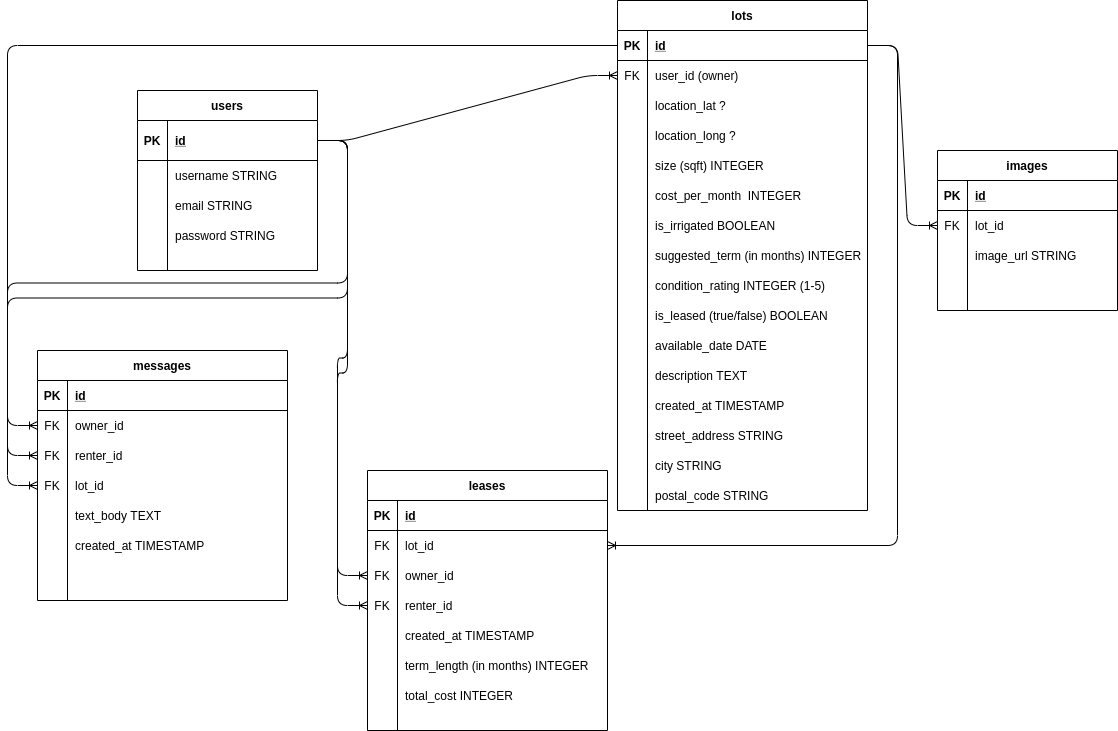
Before: docs/final-erb.png, a diagram exported from draw.io (jyxgao/regeneroot). Source tidied: cells renumbered, new cells last; positions are measured from the earlier drawing's top-left corner, leaving out a move shared by most shapes.
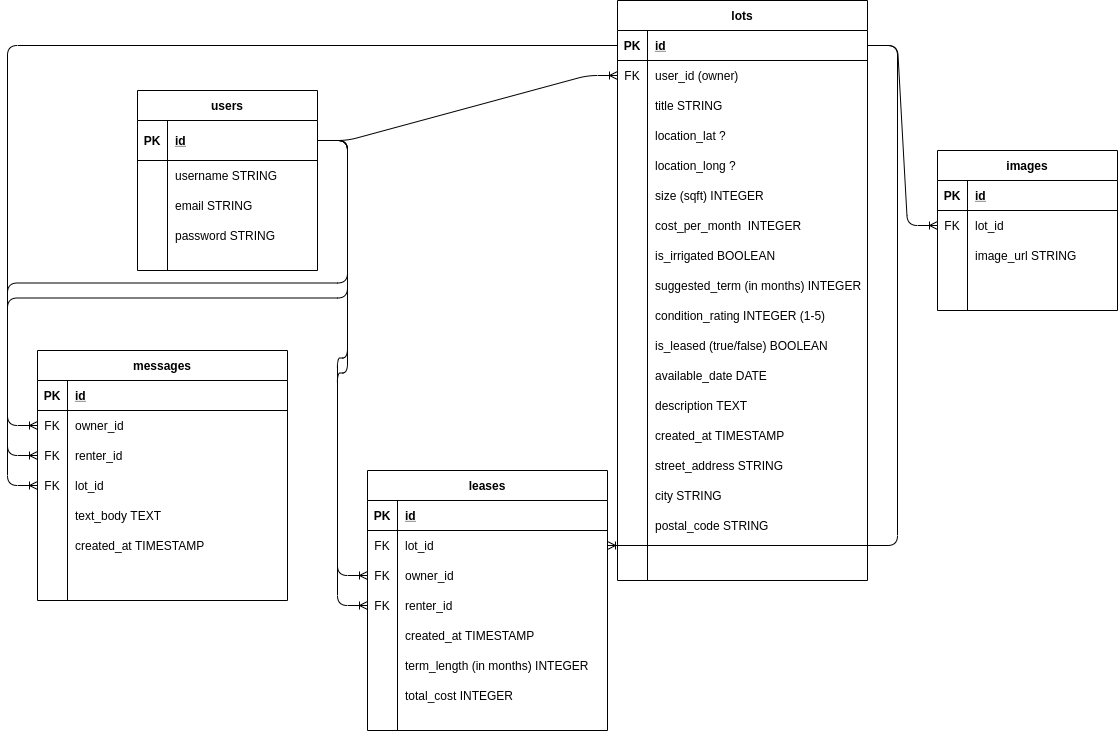
The same file after the commit.

Change to the diagram source:
```diff
@@ -18,7 +18,7 @@
       <mxGeometry relative="1" as="geometry" />
     </mxCell>
     <mxCell id="7" value="lots" style="shape=table;startSize=30;rowLines=0;fontStyle=1;align=center;" parent="1" vertex="1">
-      <mxGeometry x="580" width="250" height="510" as="geometry" />
+      <mxGeometry x="580" width="250" height="580" as="geometry" />
     </mxCell>
     <mxCell id="8" style="shape=partialRectangle;fillColor=none;points=[[0,0.5],[1,0.5]];portConstraint=eastwest;top=0;left=0;right=0;bottom=1;" parent="7" vertex="1">
       <mxGeometry y="30" width="250" height="30" as="geometry" />
@@ -38,8 +38,17 @@
     <mxCell id="13" value="user_id (owner)" style="shape=partialRectangle;overflow=hidden;fillColor=none;top=0;left=0;bottom=0;right=0;align=left;spacingLeft=6;" parent="11" vertex="1">
       <mxGeometry x="30" width="220" height="30" as="geometry" />
     </mxCell>
+    <mxCell id="129" style="shape=partialRectangle;fillColor=none;top=0;left=0;right=0;bottom=0;" parent="7" vertex="1">
+      <mxGeometry y="90" width="250" height="30" as="geometry" />
+    </mxCell>
+    <mxCell id="130" style="shape=partialRectangle;overflow=hidden;fillColor=none;top=0;left=0;bottom=0;right=0;" parent="129" vertex="1">
+      <mxGeometry width="30" height="30" as="geometry" />
+    </mxCell>
+    <mxCell id="131" value="title STRING" style="shape=partialRectangle;overflow=hidden;fillColor=none;top=0;left=0;bottom=0;right=0;align=left;spacingLeft=6;" parent="129" vertex="1">
+      <mxGeometry x="30" width="220" height="30" as="geometry" />
+    </mxCell>
     <mxCell id="14" style="shape=partialRectangle;fillColor=none;top=0;left=0;right=0;bottom=0;" parent="7" vertex="1">
-      <mxGeometry y="90" width="250" height="30" as="geometry" />
+      <mxGeometry y="120" width="250" height="30" as="geometry" />
     </mxCell>
     <mxCell id="15" style="shape=partialRectangle;overflow=hidden;fillColor=none;top=0;left=0;bottom=0;right=0;" parent="14" vertex="1">
       <mxGeometry width="30" height="30" as="geometry" />
@@ -48,7 +57,7 @@
       <mxGeometry x="30" width="220" height="30" as="geometry" />
     </mxCell>
     <mxCell id="17" style="shape=partialRectangle;fillColor=none;top=0;left=0;right=0;bottom=0;" parent="7" vertex="1">
-      <mxGeometry y="120" width="250" height="30" as="geometry" />
+      <mxGeometry y="150" width="250" height="30" as="geometry" />
     </mxCell>
     <mxCell id="18" style="shape=partialRectangle;overflow=hidden;fillColor=none;top=0;left=0;bottom=0;right=0;" parent="17" vertex="1">
       <mxGeometry width="30" height="30" as="geometry" />
@@ -57,7 +66,7 @@
       <mxGeometry x="30" width="220" height="30" as="geometry" />
     </mxCell>
     <mxCell id="20" style="shape=partialRectangle;fillColor=none;top=0;left=0;right=0;bottom=0;" parent="7" vertex="1">
-      <mxGeometry y="150" width="250" height="30" as="geometry" />
+      <mxGeometry y="180" width="250" height="30" as="geometry" />
     </mxCell>
     <mxCell id="21" style="shape=partialRectangle;overflow=hidden;fillColor=none;top=0;left=0;bottom=0;right=0;" parent="20" vertex="1">
       <mxGeometry width="30" height="30" as="geometry" />
@@ -66,7 +75,7 @@
       <mxGeometry x="30" width="220" height="30" as="geometry" />
     </mxCell>
     <mxCell id="23" style="shape=partialRectangle;fillColor=none;top=0;left=0;right=0;bottom=0;" parent="7" vertex="1">
-      <mxGeometry y="180" width="250" height="30" as="geometry" />
+      <mxGeometry y="210" width="250" height="30" as="geometry" />
     </mxCell>
     <mxCell id="24" style="shape=partialRectangle;overflow=hidden;fillColor=none;top=0;left=0;bottom=0;right=0;" parent="23" vertex="1">
       <mxGeometry width="30" height="30" as="geometry" />
@@ -75,7 +84,7 @@
       <mxGeometry x="30" width="220" height="30" as="geometry" />
     </mxCell>
     <mxCell id="26" style="shape=partialRectangle;fillColor=none;top=0;left=0;right=0;bottom=0;" parent="7" vertex="1">
-      <mxGeometry y="210" width="250" height="30" as="geometry" />
+      <mxGeometry y="240" width="250" height="30" as="geometry" />
     </mxCell>
     <mxCell id="27" style="shape=partialRectangle;overflow=hidden;fillColor=none;top=0;left=0;bottom=0;right=0;" parent="26" vertex="1">
       <mxGeometry width="30" height="30" as="geometry" />
@@ -84,7 +93,7 @@
       <mxGeometry x="30" width="220" height="30" as="geometry" />
     </mxCell>
     <mxCell id="29" style="shape=partialRectangle;fillColor=none;top=0;left=0;right=0;bottom=0;" parent="7" vertex="1">
-      <mxGeometry y="240" width="250" height="30" as="geometry" />
+      <mxGeometry y="270" width="250" height="30" as="geometry" />
     </mxCell>
     <mxCell id="30" style="shape=partialRectangle;overflow=hidden;fillColor=none;top=0;left=0;bottom=0;right=0;" parent="29" vertex="1">
       <mxGeometry width="30" height="30" as="geometry" />
@@ -93,7 +102,7 @@
       <mxGeometry x="30" width="220" height="30" as="geometry" />
     </mxCell>
     <mxCell id="32" style="shape=partialRectangle;fillColor=none;top=0;left=0;right=0;bottom=0;" parent="7" vertex="1">
-      <mxGeometry y="270" width="250" height="30" as="geometry" />
+      <mxGeometry y="300" width="250" height="30" as="geometry" />
     </mxCell>
     <mxCell id="33" style="shape=partialRectangle;overflow=hidden;fillColor=none;top=0;left=0;bottom=0;right=0;" parent="32" vertex="1">
       <mxGeometry width="30" height="30" as="geometry" />
@@ -102,7 +111,7 @@
       <mxGeometry x="30" width="220" height="30" as="geometry" />
     </mxCell>
     <mxCell id="35" style="shape=partialRectangle;fillColor=none;top=0;left=0;right=0;bottom=0;" parent="7" vertex="1">
-      <mxGeometry y="300" width="250" height="30" as="geometry" />
+      <mxGeometry y="330" width="250" height="30" as="geometry" />
     </mxCell>
     <mxCell id="36" style="shape=partialRectangle;overflow=hidden;fillColor=none;top=0;left=0;bottom=0;right=0;" parent="35" vertex="1">
       <mxGeometry width="30" height="30" as="geometry" />
@@ -111,7 +120,7 @@
       <mxGeometry x="30" width="220" height="30" as="geometry" />
     </mxCell>
     <mxCell id="38" style="shape=partialRectangle;fillColor=none;top=0;left=0;right=0;bottom=0;" parent="7" vertex="1">
-      <mxGeometry y="330" width="250" height="30" as="geometry" />
+      <mxGeometry y="360" width="250" height="30" as="geometry" />
     </mxCell>
     <mxCell id="39" style="shape=partialRectangle;overflow=hidden;fillColor=none;top=0;left=0;bottom=0;right=0;" parent="38" vertex="1">
       <mxGeometry width="30" height="30" as="geometry" />
@@ -120,7 +129,7 @@
       <mxGeometry x="30" width="220" height="30" as="geometry" />
     </mxCell>
     <mxCell id="41" style="shape=partialRectangle;fillColor=none;top=0;left=0;right=0;bottom=0;" parent="7" vertex="1">
-      <mxGeometry y="360" width="250" height="30" as="geometry" />
+      <mxGeometry y="390" width="250" height="30" as="geometry" />
     </mxCell>
     <mxCell id="42" style="shape=partialRectangle;overflow=hidden;fillColor=none;top=0;left=0;bottom=0;right=0;" parent="41" vertex="1">
       <mxGeometry width="30" height="30" as="geometry" />
@@ -129,7 +138,7 @@
       <mxGeometry x="30" width="220" height="30" as="geometry" />
     </mxCell>
     <mxCell id="44" style="shape=partialRectangle;fillColor=none;top=0;left=0;right=0;bottom=0;" parent="7" vertex="1">
-      <mxGeometry y="390" width="250" height="30" as="geometry" />
+      <mxGeometry y="420" width="250" height="30" as="geometry" />
     </mxCell>
     <mxCell id="45" style="shape=partialRectangle;overflow=hidden;fillColor=none;top=0;left=0;bottom=0;right=0;" parent="44" vertex="1">
       <mxGeometry width="30" height="30" as="geometry" />
@@ -138,7 +147,7 @@
       <mxGeometry x="30" width="220" height="30" as="geometry" />
     </mxCell>
     <mxCell id="47" style="shape=partialRectangle;fillColor=none;top=0;left=0;right=0;bottom=0;" parent="7" vertex="1">
-      <mxGeometry y="420" width="250" height="30" as="geometry" />
+      <mxGeometry y="450" width="250" height="30" as="geometry" />
     </mxCell>
     <mxCell id="48" style="shape=partialRectangle;overflow=hidden;fillColor=none;top=0;left=0;bottom=0;right=0;" parent="47" vertex="1">
       <mxGeometry width="30" height="30" as="geometry" />
@@ -147,7 +156,7 @@
       <mxGeometry x="30" width="220" height="30" as="geometry" />
     </mxCell>
     <mxCell id="50" style="shape=partialRectangle;fillColor=none;top=0;left=0;right=0;bottom=0;" parent="7" vertex="1">
-      <mxGeometry y="450" width="250" height="30" as="geometry" />
+      <mxGeometry y="480" width="250" height="30" as="geometry" />
     </mxCell>
     <mxCell id="51" style="shape=partialRectangle;overflow=hidden;fillColor=none;top=0;left=0;bottom=0;right=0;" parent="50" vertex="1">
       <mxGeometry width="30" height="30" as="geometry" />
@@ -156,7 +165,7 @@
       <mxGeometry x="30" width="220" height="30" as="geometry" />
     </mxCell>
     <mxCell id="53" style="shape=partialRectangle;fillColor=none;top=0;left=0;right=0;bottom=0;" parent="7" vertex="1">
-      <mxGeometry y="480" width="250" height="30" as="geometry" />
+      <mxGeometry y="510" width="250" height="30" as="geometry" />
     </mxCell>
     <mxCell id="54" style="shape=partialRectangle;overflow=hidden;fillColor=none;top=0;left=0;bottom=0;right=0;" parent="53" vertex="1">
       <mxGeometry width="30" height="30" as="geometry" />
```
